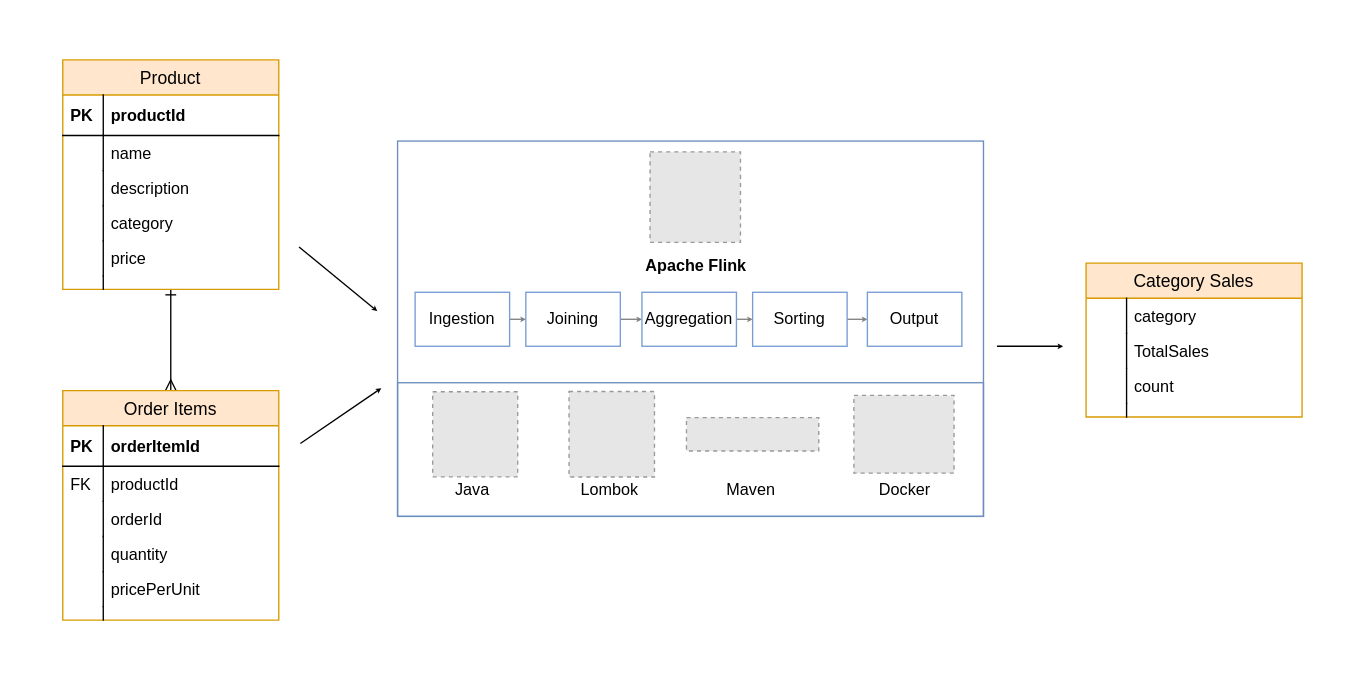
This is Architecture/RetailAnalytics-ApacheFlink.drawio from yash-analytics/RetailAnalytics-ApacheFlink, a draw.io file, before an edit. Source tidied: cells renumbered, new cells numbered last; positions are measured from the earlier drawing's top-left corner, leaving out a move shared by most shapes. Both pictures are drawn from the tidied source at 135%, with x=0, y=0 at pixel (23, 23). Pictures stored in the file or linked from it are replaced by grey dashed boxes.
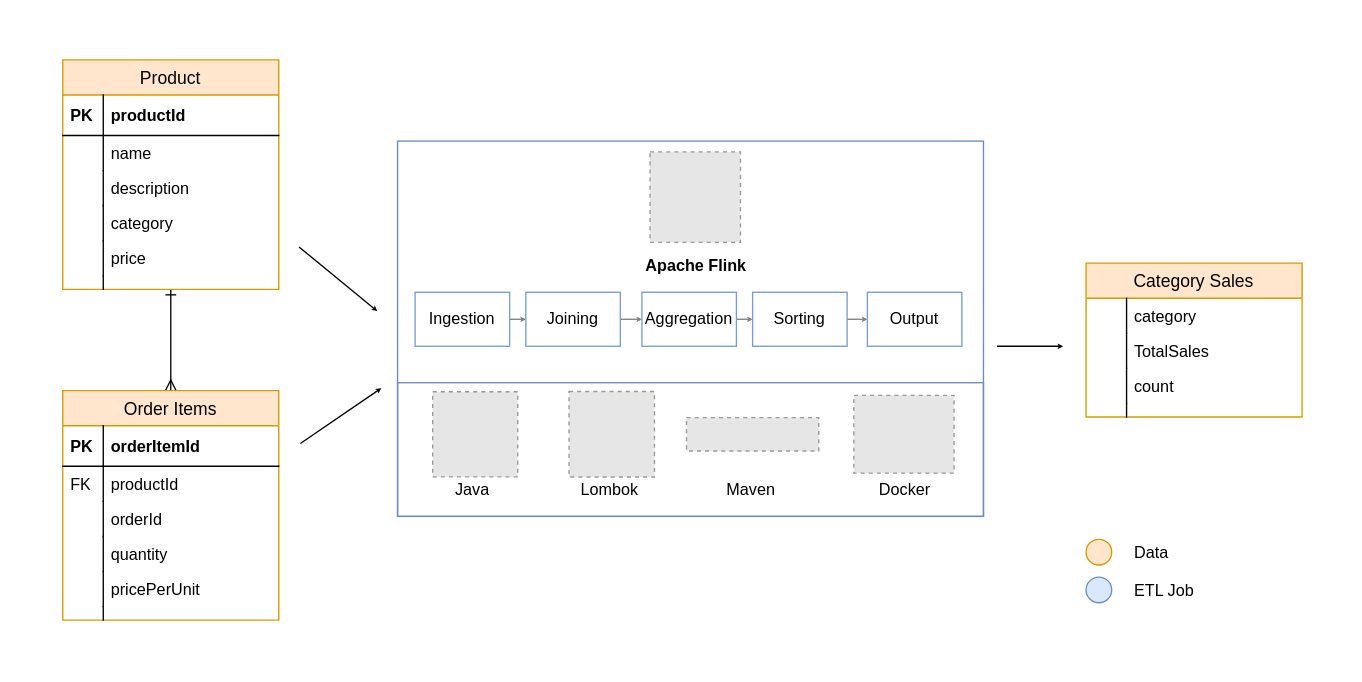
The same diagram, later.

Commit message (it also covers changes not shown here):
Added label to arch diagram

Diff of the diagram source:
```diff
@@
+    <mxCell id="64" style="ellipse;whiteSpace=wrap;html=1;fillColor=#ffe6cc;strokeColor=#d79b00;" parent="1" vertex="1">
+      <mxGeometry x="787" y="382" width="19" height="19" as="geometry" />
+    </mxCell>
+    <mxCell id="65" style="ellipse;whiteSpace=wrap;html=1;fillColor=#dae8fc;strokeColor=#6c8ebf;" parent="1" vertex="1">
+      <mxGeometry x="787" y="410" width="19" height="19" as="geometry" />
+    </mxCell>
+    <mxCell id="66" value="Data" style="shape=partialRectangle;top=0;left=0;right=0;bottom=0;align=left;verticalAlign=top;fillColor=none;spacingLeft=34;spacingRight=4;overflow=hidden;fontStyle=0;" parent="1" vertex="1">
+      <mxGeometry x="787" y="378.5" width="82" height="26" as="geometry" />
+    </mxCell>
+    <mxCell id="67" value="ETL Job" style="shape=partialRectangle;top=0;left=0;right=0;bottom=0;align=left;verticalAlign=top;fillColor=none;spacingLeft=34;spacingRight=4;overflow=hidden;fontStyle=0;" parent="1" vertex="1">
+      <mxGeometry x="787" y="406.5" width="150" height="26" as="geometry" />
+    </mxCell>
```
